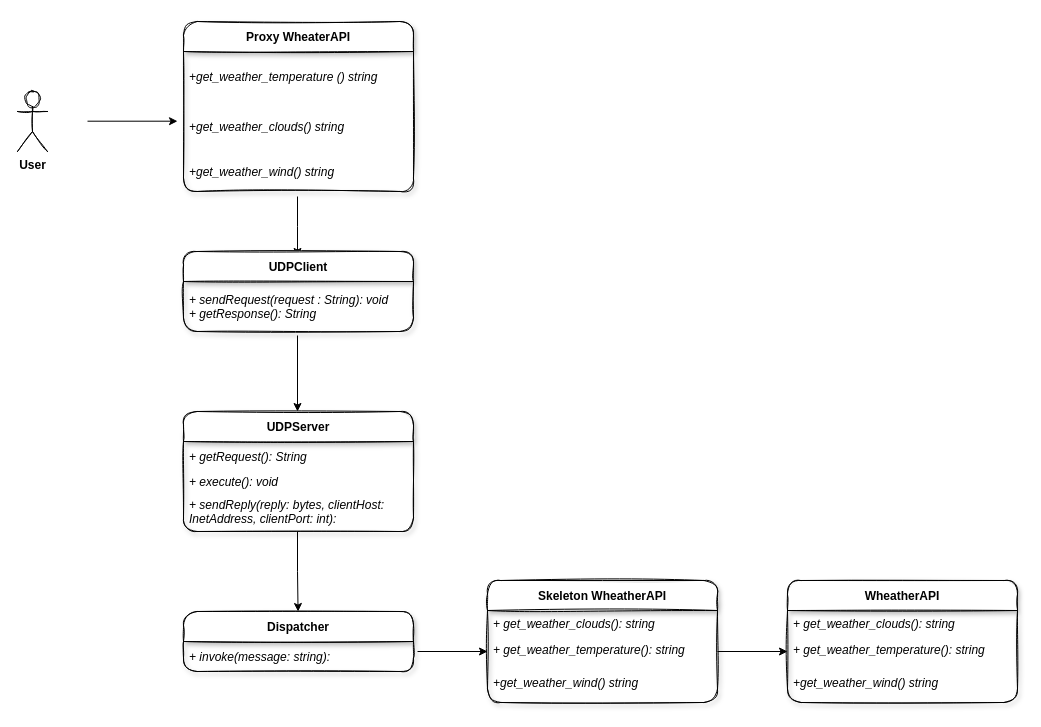
The draw.io diagram docs/Weather Diagram.drawio in joaocarvoli-university/distribuited-systems, before the edit. Source tidied: cells renumbered, new cells numbered last; positions are measured from the earlier drawing's top-left corner, leaving out a move shared by most shapes. Both pictures are drawn from the tidied source at 100%, with x=0, y=0 at pixel (17, 21).
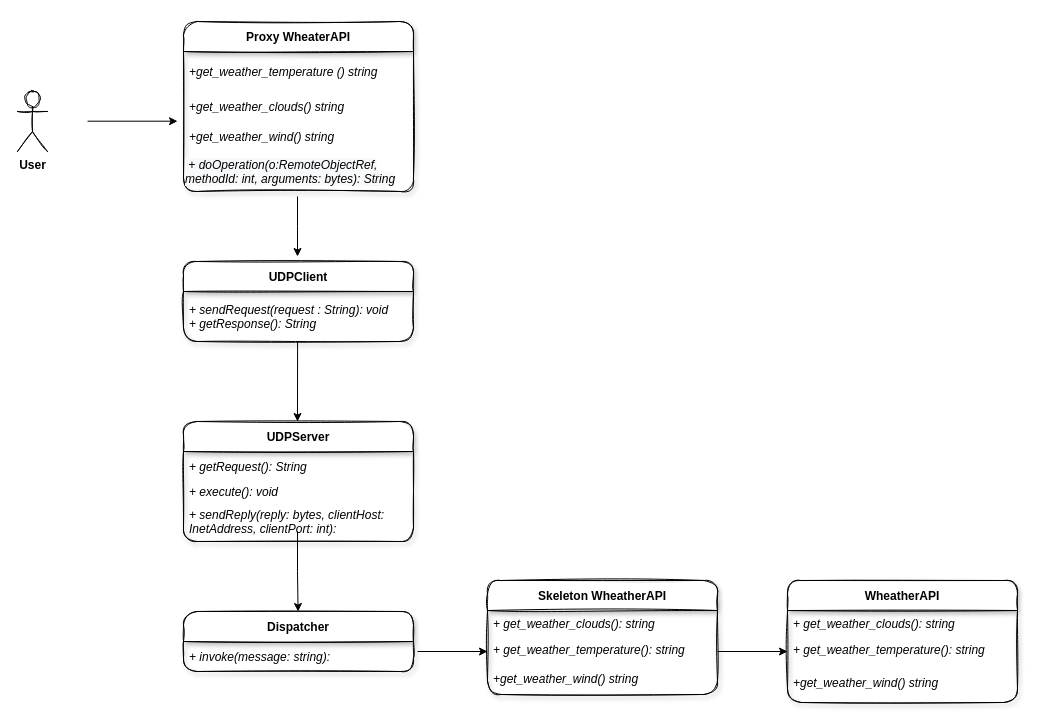
After the change.

Unchanged cells that the change refers to:
```xml
<mxCell id="6" value="+ sendRequest(request : String): void&#10;+ getResponse(): String" style="text;align=left;verticalAlign=middle;spacingLeft=4;spacingRight=4;overflow=hidden;points=[[0,0.5],[1,0.5]];portConstraint=eastwest;fontStyle=2;" parent="5" vertex="1">
  <mxGeometry y="30" width="230" height="50" as="geometry" />
</mxCell>
<mxCell id="21" value="Proxy WheaterAPI" style="swimlane;fontStyle=1;horizontal=1;startSize=30;shadow=1;rounded=1;sketch=1;" parent="1" vertex="1">
  <mxGeometry x="166" width="230" height="170" as="geometry" />
</mxCell>
```

Change to the diagram source:
```diff
@@
     <mxCell id="5" value="UDPClient" style="swimlane;fontStyle=1;horizontal=1;startSize=30;shadow=1;rounded=1;sketch=1;" parent="1" vertex="1">
-      <mxGeometry x="166" y="230" width="230" height="80" as="geometry" />
+      <mxGeometry x="166" y="240" width="230" height="80" as="geometry" />
     </mxCell>
@@
-    <mxCell id="7" style="endArrow=classic;html=1;rounded=0;" parent="5" edge="1">
+    <mxCell id="7" style="endArrow=classic;html=1;rounded=0;exitX=0.496;exitY=1;exitDx=0;exitDy=0;exitPerimeter=0;" parent="5" edge="1" source="6">
       <mxGeometry relative="1" as="geometry">
-        <mxPoint x="114" y="84" as="sourcePoint" />
         <mxPoint x="114" y="160" as="targetPoint" />
       </mxGeometry>
     </mxCell>
     <mxCell id="8" value="UDPServer" style="swimlane;fontStyle=1;horizontal=1;startSize=30;rounded=1;shadow=1;sketch=1;" parent="1" vertex="1">
-      <mxGeometry x="166" y="390" width="230" height="120" as="geometry" />
+      <mxGeometry x="166" y="400" width="230" height="120" as="geometry" />
     </mxCell>
@@
     <mxCell id="15" value="Skeleton WheatherAPI" style="swimlane;fontStyle=1;horizontal=1;startSize=30;rounded=1;shadow=1;sketch=1;" parent="1" vertex="1">
-      <mxGeometry x="470" y="559" width="230" height="122" as="geometry" />
+      <mxGeometry x="470" y="559" width="230" height="114" as="geometry" />
     </mxCell>
@@
     <mxCell id="18" value="+get_weather_wind() string" style="text;align=left;verticalAlign=middle;spacingLeft=4;spacingRight=4;overflow=hidden;fontStyle=2;shadow=0;labelBorderColor=none;labelBackgroundColor=none;" parent="15" vertex="1">
-      <mxGeometry y="82" width="230" height="40" as="geometry" />
+      <mxGeometry y="82" width="230" height="32" as="geometry" />
     </mxCell>
@@
     <mxCell id="22" value="+get_weather_temperature () string" style="text;align=left;verticalAlign=middle;spacingLeft=4;spacingRight=4;overflow=hidden;fontStyle=2;" parent="21" vertex="1">
-      <mxGeometry y="30" width="230" height="50" as="geometry" />
+      <mxGeometry y="30" width="230" height="40" as="geometry" />
     </mxCell>
     <mxCell id="23" value="+get_weather_clouds() string " style="text;align=left;verticalAlign=middle;spacingLeft=4;spacingRight=4;overflow=hidden;fontStyle=2;" parent="21" vertex="1">
-      <mxGeometry y="80" width="230" height="50" as="geometry" />
+      <mxGeometry y="70" width="230" height="30" as="geometry" />
     </mxCell>
     <mxCell id="24" value="+get_weather_wind() string" style="text;align=left;verticalAlign=middle;spacingLeft=4;spacingRight=4;overflow=hidden;fontStyle=2;shadow=0;labelBorderColor=none;labelBackgroundColor=none;" parent="21" vertex="1">
-      <mxGeometry y="130" width="230" height="40" as="geometry" />
+      <mxGeometry y="100" width="230" height="30" as="geometry" />
     </mxCell>
+    <mxCell id="29" value="&lt;i&gt;&lt;span style=&quot;color: rgb(0, 0, 0); font-family: Helvetica; font-size: 12px; font-variant-ligatures: normal; font-variant-caps: normal; font-weight: 400; letter-spacing: normal; orphans: 2; text-align: left; text-indent: 0px; text-transform: none; widows: 2; word-spacing: 0px; -webkit-text-stroke-width: 0px; background-color: rgb(248, 249, 250); text-decoration-thickness: initial; text-decoration-style: initial; text-decoration-color: initial; float: none; display: inline !important;&quot;&gt;&amp;nbsp;+ doOperation(o:RemoteObjectRef,&lt;/span&gt;&lt;br style=&quot;padding: 0px; margin: 0px; color: rgb(0, 0, 0); font-family: Helvetica; font-size: 12px; font-variant-ligatures: normal; font-variant-caps: normal; font-weight: 400; letter-spacing: normal; orphans: 2; text-align: left; text-indent: 0px; text-transform: none; widows: 2; word-spacing: 0px; -webkit-text-stroke-width: 0px; background-color: rgb(248, 249, 250); text-decoration-thickness: initial; text-decoration-style: initial; text-decoration-color: initial;&quot;&gt;&lt;span style=&quot;color: rgb(0, 0, 0); font-family: Helvetica; font-size: 12px; font-variant-ligatures: normal; font-variant-caps: normal; font-weight: 400; letter-spacing: normal; orphans: 2; text-align: left; text-indent: 0px; text-transform: none; widows: 2; word-spacing: 0px; -webkit-text-stroke-width: 0px; background-color: rgb(248, 249, 250); text-decoration-thickness: initial; text-decoration-style: initial; text-decoration-color: initial; float: none; display: inline !important;&quot;&gt;methodId: int, arguments: bytes): String&lt;/span&gt;&lt;/i&gt;" style="text;whiteSpace=wrap;html=1;" parent="21" vertex="1">
+      <mxGeometry y="130" width="230" height="40" as="geometry" />
+    </mxCell>
```
